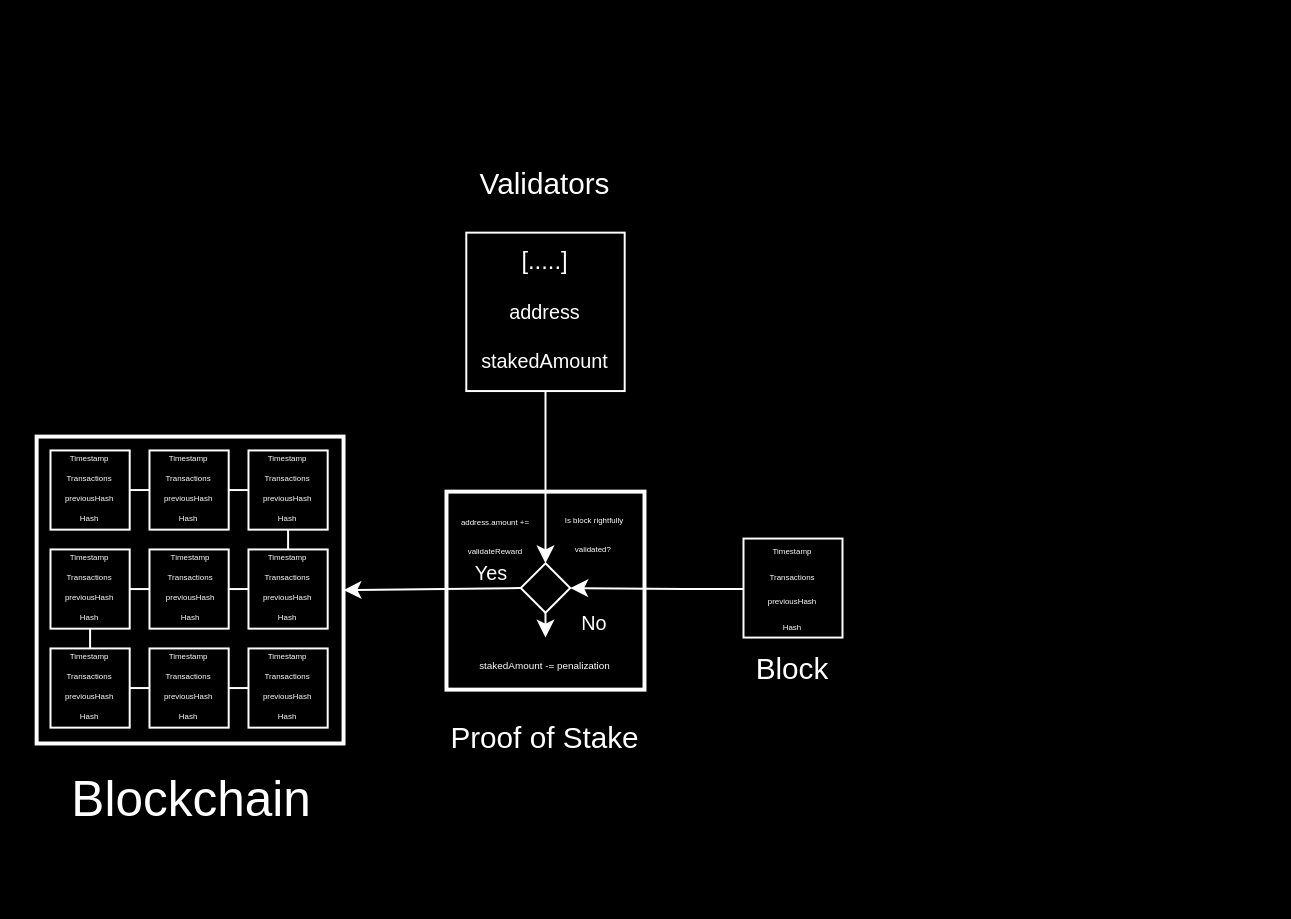
NotRaijin/Diagrams keeps this draw.io diagram as Blockchain.drawio. Above is the earlier version. Source tidied: cells renumbered, new cells numbered last; positions are measured from the earlier drawing's top-left corner, leaving out a move shared by most shapes. Both pictures are drawn from the tidied source at 198%, with x=0, y=0 at pixel (36, 152).
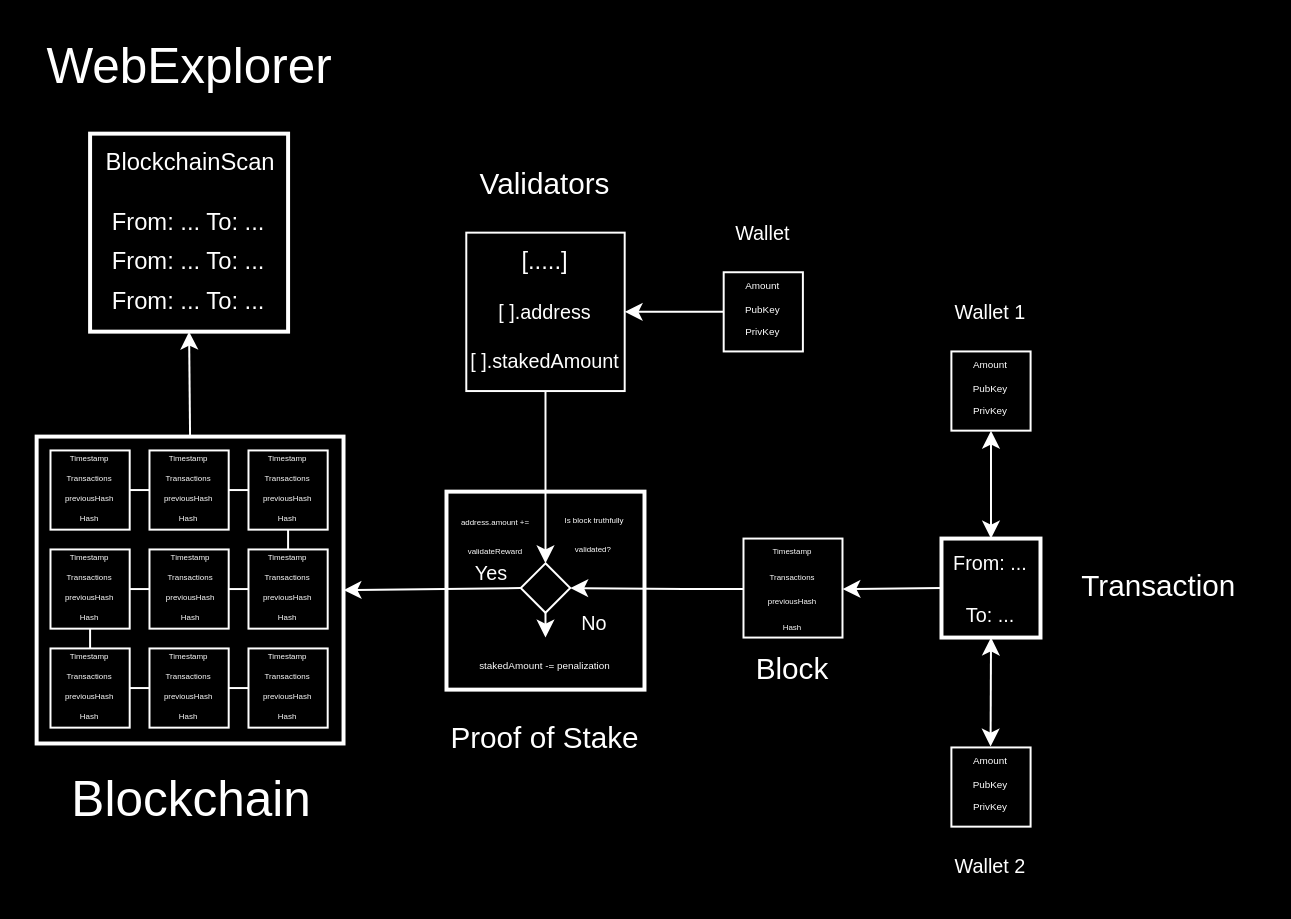
The same diagram, later.

Unchanged cells that the change refers to:
```xml
<mxCell id="3" style="whiteSpace=wrap;html=1;fillColor=#000000;strokeColor=#FFFFFF;strokeWidth=2;" parent="2" vertex="1">
  <mxGeometry width="155" height="155" as="geometry" />
</mxCell>
<mxCell id="58" style="whiteSpace=wrap;html=1;fillColor=#000000;strokeColor=#FFFFFF;strokeWidth=2;" parent="1" vertex="1">
  <mxGeometry x="207" y="170.8" width="100" height="100" as="geometry" />
</mxCell>
<mxCell id="61" style="group;strokeWidth=1;strokeColor=none;" parent="1" vertex="1">
  <mxGeometry x="357" y="194.5" width="50" height="50" as="geometry" />
</mxCell>
<mxCell id="66" value="&lt;font style=&quot;font-size: 4px;&quot;&gt;Transactions&lt;/font&gt;" style="text;strokeColor=none;align=center;fillColor=none;html=1;verticalAlign=bottom;whiteSpace=wrap;rounded=0;fontColor=#FFFFFF;fontSize=4;" parent="61" vertex="1">
  <mxGeometry y="13" width="50" height="12.5" as="geometry" />
</mxCell>
<mxCell id="71" style="strokeWidth=1;html=1;shape=mxgraph.flowchart.decision;whiteSpace=wrap;fillColor=#000000;strokeColor=#FFFFFF;" parent="1" vertex="1">
  <mxGeometry x="244.5" y="207" width="25" height="25" as="geometry" />
</mxCell>
<mxCell id="73" style="group;" parent="1" vertex="1">
  <mxGeometry x="217" y="40" width="80" height="80" as="geometry" />
</mxCell>
```

Diff of the diagram source:
```diff
@@
-    <mxCell id="57" style="edgeStyle=orthogonalEdgeStyle;rounded=0;jettySize=auto;html=1;" parent="1" edge="1" source="58" target="77">
-      <mxGeometry relative="1" as="geometry" />
-    </mxCell>
@@
-    <mxCell id="64" value="&lt;font style=&quot;font-size: 4px;&quot;&gt;Hash&lt;/font&gt;" style="text;strokeColor=none;align=center;fillColor=none;html=1;verticalAlign=bottom;whiteSpace=wrap;rounded=0;fontColor=#FFFFFF;fontSize=4;" parent="61" vertex="1">
-      <mxGeometry y="37.5" width="50" height="12.5" as="geometry" />
-    </mxCell>
@@
+    <mxCell id="64" value="&lt;font style=&quot;font-size: 4px;&quot;&gt;Hash&lt;/font&gt;" style="text;strokeColor=none;align=center;fillColor=none;html=1;verticalAlign=bottom;whiteSpace=wrap;rounded=0;fontColor=#FFFFFF;fontSize=4;" parent="61" vertex="1">
+      <mxGeometry y="37.5" width="50" height="12.5" as="geometry" />
+    </mxCell>
@@
-    <mxCell id="69" style="endArrow=classic;html=1;rounded=0;strokeColor=#FFFFFF;entryX=0.5;entryY=0;entryDx=0;entryDy=0;entryPerimeter=0;" parent="1" edge="1" target="71">
+    <mxCell id="69" style="endArrow=classic;html=1;rounded=0;strokeColor=#FFFFFF;entryX=0.5;entryY=0;entryDx=0;entryDy=0;entryPerimeter=0;" parent="1" edge="1">
       <mxGeometry relative="1" as="geometry">
         <mxPoint x="257" y="120" as="sourcePoint" />
+        <mxPoint x="257" y="207" as="targetPoint" />
       </mxGeometry>
     </mxCell>
@@
-    <mxCell id="76" value="&lt;font style=&quot;font-size: 10px;&quot; color=&quot;#ffffff&quot;&gt;address&lt;/font&gt;" style="text;strokeColor=none;align=center;fillColor=none;html=1;verticalAlign=middle;whiteSpace=wrap;rounded=0;" parent="73" vertex="1">
+    <mxCell id="76" value="&lt;font style=&quot;font-size: 10px;&quot; color=&quot;#ffffff&quot;&gt;[ ].address&lt;/font&gt;" style="text;strokeColor=none;align=center;fillColor=none;html=1;verticalAlign=middle;whiteSpace=wrap;rounded=0;" parent="73" vertex="1">
       <mxGeometry y="25" width="80" height="30" as="geometry" />
     </mxCell>
-    <mxCell id="77" value="&lt;font style=&quot;font-size: 10px;&quot; color=&quot;#ffffff&quot;&gt;stakedAmount&lt;/font&gt;" style="text;strokeColor=none;align=center;fillColor=none;html=1;verticalAlign=middle;whiteSpace=wrap;rounded=0;" parent="73" vertex="1">
+    <mxCell id="77" value="&lt;font style=&quot;font-size: 10px;&quot; color=&quot;#ffffff&quot;&gt;[ ].stakedAmount&lt;/font&gt;" style="text;strokeColor=none;align=center;fillColor=none;html=1;verticalAlign=middle;whiteSpace=wrap;rounded=0;" parent="73" vertex="1">
       <mxGeometry y="50" width="80" height="30" as="geometry" />
     </mxCell>
@@
-    <mxCell id="82" value="&lt;font style=&quot;font-size: 4px;&quot; color=&quot;#ffffff&quot;&gt;Is block rightfully validated?&amp;nbsp;&lt;/font&gt;" style="text;strokeColor=none;align=center;fillColor=none;html=1;verticalAlign=middle;whiteSpace=wrap;rounded=0;" parent="1" vertex="1">
+    <mxCell id="82" value="&lt;font style=&quot;font-size: 4px;&quot; color=&quot;#ffffff&quot;&gt;Is block truthfully validated?&amp;nbsp;&lt;/font&gt;" style="text;strokeColor=none;align=center;fillColor=none;html=1;verticalAlign=middle;whiteSpace=wrap;rounded=0;" parent="1" vertex="1">
       <mxGeometry x="257" y="170.8" width="50" height="39.2" as="geometry" />
     </mxCell>
@@
+    <mxCell id="84" style="endArrow=classic;html=1;rounded=0;strokeColor=#FFFFFF;exitX=0.5;exitY=0;exitDx=0;exitDy=0;" parent="1" edge="1" source="3">
+      <mxGeometry relative="1" as="geometry">
+        <mxPoint x="77" y="90" as="targetPoint" />
+      </mxGeometry>
+    </mxCell>
+    <mxCell id="85" style="whiteSpace=wrap;html=1;fillColor=#000000;strokeColor=#FFFFFF;strokeWidth=2;" parent="1" vertex="1">
+      <mxGeometry x="27" y="-10" width="100" height="100" as="geometry" />
+    </mxCell>
+    <mxCell id="86" style="endArrow=classic;html=1;rounded=0;strokeColor=#FFFFFF;entryX=1;entryY=1;entryDx=0;entryDy=0;exitX=0;exitY=0.5;exitDx=0;exitDy=0;" parent="1" edge="1" source="99" target="66">
+      <mxGeometry relative="1" as="geometry" />
+    </mxCell>
+    <mxCell id="87" style="endArrow=classic;startArrow=classic;html=1;rounded=0;strokeColor=#FFFFFF;entryX=0.5;entryY=1;entryDx=0;entryDy=0;exitX=0.5;exitY=0;exitDx=0;exitDy=0;" parent="1" edge="1" source="99" target="93">
+      <mxGeometry relative="1" as="geometry" />
+    </mxCell>
+    <mxCell id="88" style="endArrow=classic;startArrow=classic;html=1;rounded=0;strokeColor=#FFFFFF;exitX=0.5;exitY=0;exitDx=0;exitDy=0;entryX=0.5;entryY=1;entryDx=0;entryDy=0;" parent="1" edge="1" target="99">
+      <mxGeometry relative="1" as="geometry">
+        <mxPoint x="481.8" y="299.5" as="sourcePoint" />
+      </mxGeometry>
+    </mxCell>
+    <mxCell id="89" value="&lt;font style=&quot;font-size: 15px;&quot; color=&quot;#ffffff&quot;&gt;Transaction&lt;/font&gt;" style="text;strokeColor=none;align=center;fillColor=none;html=1;verticalAlign=middle;whiteSpace=wrap;rounded=0;" parent="1" vertex="1">
+      <mxGeometry x="517" y="207" width="100" height="22" as="geometry" />
+    </mxCell>
+    <mxCell id="90" value="&lt;font style=&quot;font-size: 10px;&quot; color=&quot;#ffffff&quot;&gt;Wallet 1&lt;/font&gt;" style="text;strokeColor=none;align=center;fillColor=none;html=1;verticalAlign=middle;whiteSpace=wrap;rounded=0;" parent="1" vertex="1">
+      <mxGeometry x="457" y="70" width="50" height="20" as="geometry" />
+    </mxCell>
+    <mxCell id="91" value="&lt;font style=&quot;font-size: 10px;&quot; color=&quot;#ffffff&quot;&gt;Wallet 2&lt;/font&gt;" style="text;strokeColor=none;align=center;fillColor=none;html=1;verticalAlign=middle;whiteSpace=wrap;rounded=0;" parent="1" vertex="1">
+      <mxGeometry x="457" y="350" width="50" height="20" as="geometry" />
+    </mxCell>
+    <mxCell id="92" style="group;" parent="1" vertex="1">
+      <mxGeometry x="462" y="100" width="40" height="40" as="geometry" />
+    </mxCell>
+    <mxCell id="93" style="whiteSpace=wrap;html=1;fillColor=#000000;strokeColor=#FFFFFF;" parent="92" vertex="1">
+      <mxGeometry width="40" height="40" as="geometry" />
+    </mxCell>
+    <mxCell id="94" style="group;" parent="92" vertex="1">
+      <mxGeometry x="5" width="30" height="33.1" as="geometry" />
+    </mxCell>
+    <mxCell id="95" value="&lt;font style=&quot;font-size: 5px;&quot; color=&quot;#ffffff&quot;&gt;Amount&lt;/font&gt;" style="text;strokeColor=none;align=center;fillColor=none;html=1;verticalAlign=middle;whiteSpace=wrap;rounded=0;" parent="94" vertex="1">
+      <mxGeometry width="30" height="10" as="geometry" />
+    </mxCell>
+    <mxCell id="96" value="&lt;font style=&quot;font-size: 5px;&quot; color=&quot;#ffffff&quot;&gt;PubKey&lt;/font&gt;" style="text;strokeColor=none;align=center;fillColor=none;html=1;verticalAlign=middle;whiteSpace=wrap;rounded=0;" parent="94" vertex="1">
+      <mxGeometry y="13.4" width="30" height="6.2" as="geometry" />
+    </mxCell>
+    <mxCell id="97" value="&lt;font style=&quot;font-size: 5px;&quot; color=&quot;#ffffff&quot;&gt;PrivKey&lt;/font&gt;" style="text;strokeColor=none;align=center;fillColor=none;html=1;verticalAlign=middle;whiteSpace=wrap;rounded=0;" parent="94" vertex="1">
+      <mxGeometry y="23.1" width="30" height="10" as="geometry" />
+    </mxCell>
+    <mxCell id="98" style="group;" parent="1" vertex="1">
+      <mxGeometry x="457" y="194.5" width="50" height="51" as="geometry" />
+    </mxCell>
+    <mxCell id="99" style="whiteSpace=wrap;html=1;strokeColor=#FFFFFF;fillColor=#000000;strokeWidth=2;" parent="98" vertex="1">
+      <mxGeometry width="50" height="50" as="geometry" />
+    </mxCell>
+    <mxCell id="100" value="&lt;font style=&quot;font-size: 10px;&quot; color=&quot;#ffffff&quot;&gt;From: ...&lt;/font&gt;" style="text;strokeColor=none;align=center;fillColor=none;html=1;verticalAlign=middle;whiteSpace=wrap;rounded=0;" parent="98" vertex="1">
+      <mxGeometry width="50" height="25.5" as="geometry" />
+    </mxCell>
+    <mxCell id="101" value="&lt;font style=&quot;font-size: 10px;&quot; color=&quot;#ffffff&quot;&gt;To: ...&lt;/font&gt;" style="text;strokeColor=none;align=center;fillColor=none;html=1;verticalAlign=middle;whiteSpace=wrap;rounded=0;" parent="98" vertex="1">
+      <mxGeometry y="25.5" width="50" height="25.5" as="geometry" />
+    </mxCell>
+    <mxCell id="102" style="group;" parent="1" vertex="1">
+      <mxGeometry x="462" y="300" width="40" height="40" as="geometry" />
+    </mxCell>
+    <mxCell id="103" style="whiteSpace=wrap;html=1;fillColor=#000000;strokeColor=#FFFFFF;" parent="102" vertex="1">
+      <mxGeometry width="40" height="40" as="geometry" />
+    </mxCell>
+    <mxCell id="104" style="group;" parent="102" vertex="1">
+      <mxGeometry x="5" width="30" height="33.1" as="geometry" />
+    </mxCell>
+    <mxCell id="105" value="&lt;font style=&quot;font-size: 5px;&quot; color=&quot;#ffffff&quot;&gt;Amount&lt;/font&gt;" style="text;strokeColor=none;align=center;fillColor=none;html=1;verticalAlign=middle;whiteSpace=wrap;rounded=0;" parent="104" vertex="1">
+      <mxGeometry width="30" height="10" as="geometry" />
+    </mxCell>
+    <mxCell id="106" value="&lt;font style=&quot;font-size: 5px;&quot; color=&quot;#ffffff&quot;&gt;PubKey&lt;/font&gt;" style="text;strokeColor=none;align=center;fillColor=none;html=1;verticalAlign=middle;whiteSpace=wrap;rounded=0;" parent="104" vertex="1">
+      <mxGeometry y="13.8" width="30" height="6.2" as="geometry" />
+    </mxCell>
+    <mxCell id="107" value="&lt;font style=&quot;font-size: 5px;&quot; color=&quot;#ffffff&quot;&gt;PrivKey&lt;/font&gt;" style="text;strokeColor=none;align=center;fillColor=none;html=1;verticalAlign=middle;whiteSpace=wrap;rounded=0;" parent="104" vertex="1">
+      <mxGeometry y="23.1" width="30" height="10" as="geometry" />
+    </mxCell>
+    <mxCell id="108" style="endArrow=classic;html=1;rounded=0;entryX=1;entryY=0.5;entryDx=0;entryDy=0;strokeColor=#FFFFFF;" parent="1" edge="1" target="76">
+      <mxGeometry relative="1" as="geometry">
+        <mxPoint x="347" y="80" as="sourcePoint" />
+      </mxGeometry>
+    </mxCell>
+    <mxCell id="109" value="&lt;font style=&quot;font-size: 25px;&quot; color=&quot;#ffffff&quot;&gt;WebExplorer&lt;/font&gt;" style="text;strokeColor=none;align=center;fillColor=none;html=1;verticalAlign=middle;whiteSpace=wrap;rounded=0;" parent="1" vertex="1">
+      <mxGeometry x="-1" y="-60" width="157" height="30" as="geometry" />
+    </mxCell>
+    <mxCell id="110" style="group;" parent="1" vertex="1">
+      <mxGeometry x="347" y="60" width="40" height="40" as="geometry" />
+    </mxCell>
+    <mxCell id="111" style="whiteSpace=wrap;html=1;fillColor=#000000;strokeColor=#FFFFFF;" parent="110" vertex="1">
+      <mxGeometry width="40" height="40" as="geometry" />
+    </mxCell>
+    <mxCell id="112" style="group;" parent="110" vertex="1">
+      <mxGeometry x="5" width="30" height="33.1" as="geometry" />
+    </mxCell>
+    <mxCell id="113" value="&lt;font style=&quot;font-size: 5px;&quot; color=&quot;#ffffff&quot;&gt;Amount&lt;/font&gt;" style="text;strokeColor=none;align=center;fillColor=none;html=1;verticalAlign=middle;whiteSpace=wrap;rounded=0;" parent="112" vertex="1">
+      <mxGeometry width="30" height="10" as="geometry" />
+    </mxCell>
+    <mxCell id="114" value="&lt;font style=&quot;font-size: 5px;&quot; color=&quot;#ffffff&quot;&gt;PubKey&lt;/font&gt;" style="text;strokeColor=none;align=center;fillColor=none;html=1;verticalAlign=middle;whiteSpace=wrap;rounded=0;" parent="112" vertex="1">
+      <mxGeometry y="13.4" width="30" height="6.2" as="geometry" />
+    </mxCell>
+    <mxCell id="115" value="&lt;font style=&quot;font-size: 5px;&quot; color=&quot;#ffffff&quot;&gt;PrivKey&lt;/font&gt;" style="text;strokeColor=none;align=center;fillColor=none;html=1;verticalAlign=middle;whiteSpace=wrap;rounded=0;" parent="112" vertex="1">
+      <mxGeometry y="23.1" width="30" height="10" as="geometry" />
+    </mxCell>
+    <mxCell id="116" value="&lt;font style=&quot;font-size: 10px;&quot; color=&quot;#ffffff&quot;&gt;Wallet&lt;/font&gt;" style="text;strokeColor=none;align=center;fillColor=none;html=1;verticalAlign=middle;whiteSpace=wrap;rounded=0;" parent="1" vertex="1">
+      <mxGeometry x="342" y="30" width="50" height="20" as="geometry" />
+    </mxCell>
+    <mxCell id="117" value="&lt;font style=&quot;font-size: 12px;&quot; color=&quot;#ffffff&quot;&gt;BlockchainScan&lt;/font&gt;" style="text;strokeColor=none;align=center;fillColor=none;html=1;verticalAlign=middle;whiteSpace=wrap;rounded=0;" parent="1" vertex="1">
+      <mxGeometry x="27.5" y="-10" width="100" height="30" as="geometry" />
+    </mxCell>
+    <mxCell id="118" value="&lt;font style=&quot;font-size: 12px;&quot; color=&quot;#ffffff&quot;&gt;From: ... To: ...&lt;/font&gt;" style="text;strokeColor=none;align=center;fillColor=none;html=1;verticalAlign=middle;whiteSpace=wrap;rounded=0;" parent="1" vertex="1">
+      <mxGeometry x="27" y="20" width="100" height="30" as="geometry" />
+    </mxCell>
+    <mxCell id="119" value="&lt;font style=&quot;font-size: 12px;&quot; color=&quot;#ffffff&quot;&gt;From: ... To: ...&lt;/font&gt;" style="text;strokeColor=none;align=center;fillColor=none;html=1;verticalAlign=middle;whiteSpace=wrap;rounded=0;" parent="1" vertex="1">
+      <mxGeometry x="27" y="40" width="100" height="30" as="geometry" />
+    </mxCell>
+    <mxCell id="120" value="&lt;font style=&quot;font-size: 12px;&quot; color=&quot;#ffffff&quot;&gt;From: ... To: ...&lt;/font&gt;" style="text;strokeColor=none;align=center;fillColor=none;html=1;verticalAlign=middle;whiteSpace=wrap;rounded=0;" parent="1" vertex="1">
+      <mxGeometry x="27" y="60" width="100" height="30" as="geometry" />
+    </mxCell>
```
